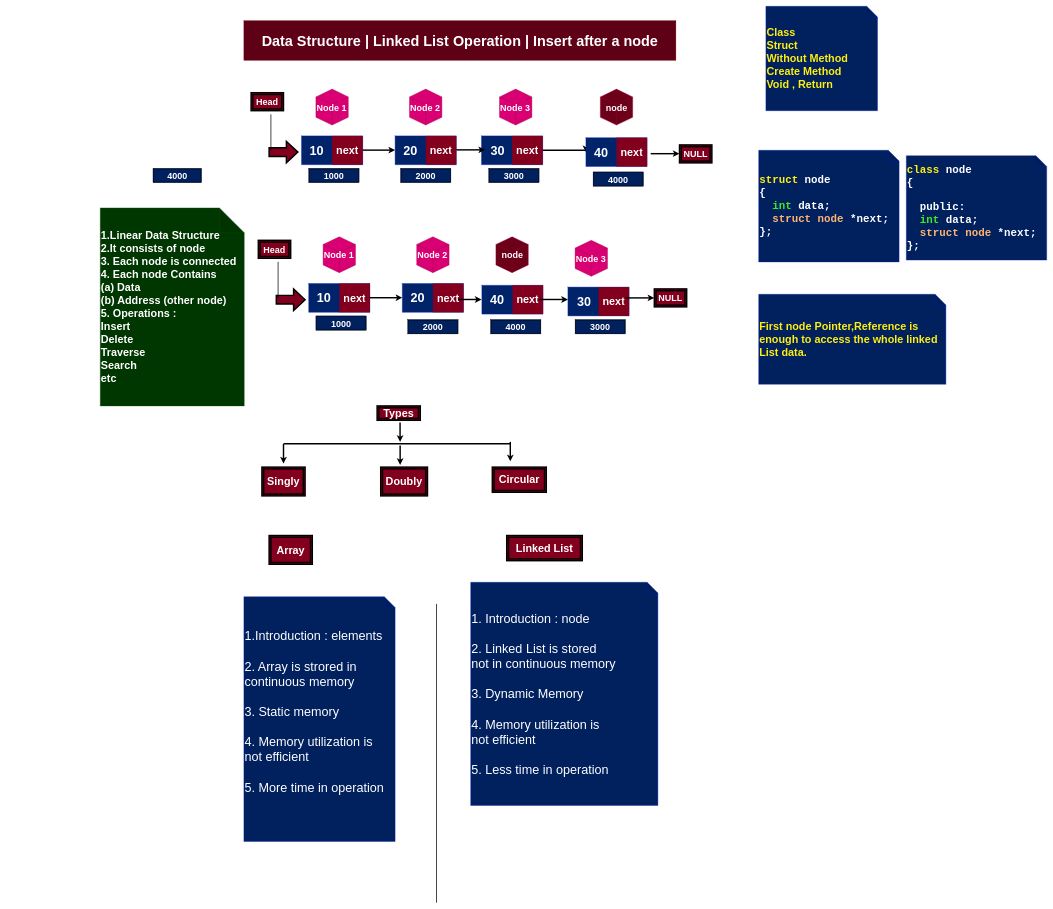
Earlier version of the draw.io diagram Data Structure/Notes/28. Linked List Insert after a node.drawio (sanjeetCoder/notes). Source tidied: cells renumbered, new cells numbered last; positions are measured from the earlier drawing's top-left corner, leaving out a move shared by most shapes. Both pictures are drawn from the tidied source at 36%, with x=0, y=0 at pixel (100, 6).
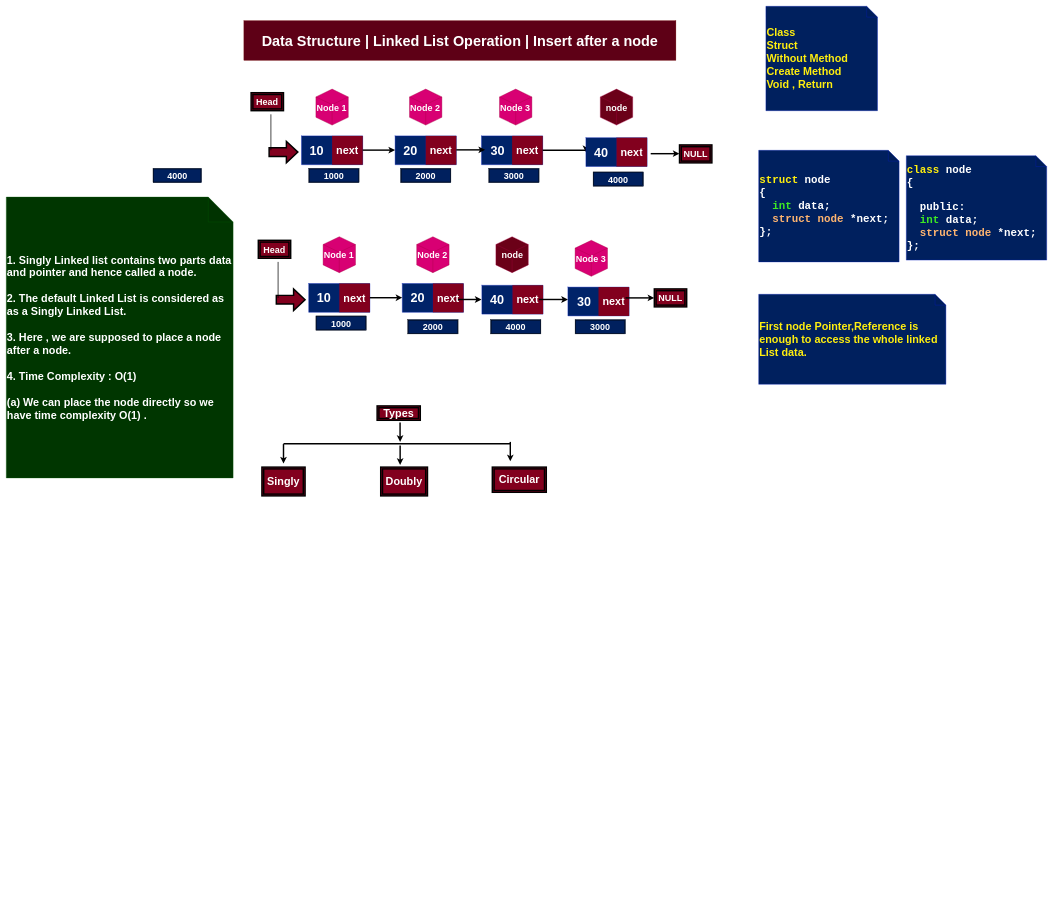
The same page after the edit.

Commit message (it also covers changes not shown here):
Adding time complexity in linked list

The edit, as a diff of the source:
```diff
@@
-    <mxCell id="3" value="&lt;font style=&quot;font-size: 30px&quot;&gt;&lt;b&gt;1.Linear Data Structure&amp;nbsp;&lt;br&gt;2.It consists of node&lt;br&gt;3. Each node is connected&lt;br&gt;4. Each node Contains&lt;br&gt;(a) Data&amp;nbsp;&lt;br&gt;(b) Address (other node)&lt;br&gt;5. Operations :&lt;br&gt;Insert&lt;br&gt;Delete&lt;br&gt;Traverse&lt;br&gt;Search&lt;br&gt;etc&lt;br&gt;&lt;/b&gt;&lt;/font&gt;" style="shape=note;whiteSpace=wrap;html=1;backgroundOutline=1;darkOpacity=0.05;fillColor=#003600;size=69;strokeColor=#005700;fontColor=#ffffff;align=left;" parent="1" vertex="1">
-      <mxGeometry y="560" width="400" height="550" as="geometry" />
+    <mxCell id="3" value="&lt;font style=&quot;font-size: 30px&quot;&gt;&lt;b&gt;1. Singly Linked list contains two parts data and pointer and hence called a node.&lt;br&gt;&lt;br&gt;2. The default Linked List is considered as as a Singly Linked List.&lt;br&gt;&lt;br&gt;3. Here , we are supposed to place a node after a node.&lt;br&gt;&lt;/b&gt;&lt;b&gt;&lt;br&gt;4. Time Complexity : O(1)&lt;br&gt;&lt;br&gt;(a) We can place the node directly so we have time complexity O(1)&amp;nbsp;&lt;/b&gt;&lt;b&gt;.&lt;/b&gt;&lt;b&gt;&lt;br&gt;&lt;/b&gt;&lt;/font&gt;" style="shape=note;whiteSpace=wrap;html=1;backgroundOutline=1;darkOpacity=0.05;fillColor=#003600;size=69;strokeColor=#005700;fontColor=#ffffff;align=left;" parent="1" vertex="1">
+      <mxGeometry x="-261" y="530" width="630" height="780" as="geometry" />
     </mxCell>
@@
-    <mxCell id="30" value="&lt;font style=&quot;font-size: 35px&quot;&gt;1.Introduction : elements&lt;br&gt;&lt;br&gt;2. Array is strored in continuous memory&lt;br&gt;&lt;br&gt;3. Static memory&lt;br&gt;&lt;br&gt;4. Memory utilization is&lt;br&gt;not efficient&lt;br&gt;&lt;br&gt;5. More time in operation&lt;br&gt;&lt;br&gt;&lt;/font&gt;" style="shape=note;whiteSpace=wrap;html=1;backgroundOutline=1;darkOpacity=0.05;align=left;fillColor=#00205E;strokeColor=#001DBC;fontColor=#ffffff;" parent="1" vertex="1">
-      <mxGeometry x="399" y="1640" width="420" height="680" as="geometry" />
-    </mxCell>
-    <mxCell id="31" value="&lt;span style=&quot;font-size: 35px&quot;&gt;&lt;br&gt;&lt;br&gt;1. Introduction : node&lt;br&gt;&lt;br&gt;2. Linked List is stored&amp;nbsp;&lt;br&gt;not in continuous memory&lt;br&gt;&lt;br&gt;3. Dynamic Memory&lt;br&gt;&lt;br&gt;&lt;/span&gt;&lt;span style=&quot;font-size: 35px&quot;&gt;4. Memory utilization is&lt;/span&gt;&lt;br style=&quot;font-size: 35px&quot;&gt;&lt;span style=&quot;font-size: 35px&quot;&gt;not efficient&lt;/span&gt;&lt;span style=&quot;font-size: 35px&quot;&gt;&amp;nbsp;&lt;br&gt;&lt;br&gt;&lt;/span&gt;&lt;span style=&quot;font-size: 35px&quot;&gt;5. Less time in operation&lt;/span&gt;&lt;br style=&quot;font-size: 35px&quot;&gt;&lt;span style=&quot;font-size: 35px&quot;&gt;&lt;br&gt;&lt;br&gt;&lt;/span&gt;" style="shape=note;whiteSpace=wrap;html=1;backgroundOutline=1;darkOpacity=0.05;fillColor=#00205E;strokeColor=#001DBC;fontColor=#ffffff;align=left;" parent="1" vertex="1">
-      <mxGeometry x="1029" y="1600" width="520" height="620" as="geometry" />
-    </mxCell>
-    <mxCell id="32" style="line;strokeWidth=2;direction=south;html=1;align=left;" parent="1" vertex="1">
-      <mxGeometry x="929" y="1660" width="10" height="830" as="geometry" />
-    </mxCell>
@@
-    <mxCell id="37" value="&lt;font style=&quot;font-size: 30px&quot; color=&quot;#ffffff&quot;&gt;&lt;b&gt;Array&lt;/b&gt;&lt;/font&gt;" style="shape=ext;double=1;rounded=0;whiteSpace=wrap;html=1;strokeWidth=4;fillColor=#82001E;" parent="1" vertex="1">
-      <mxGeometry x="469" y="1470" width="120" height="80" as="geometry" />
-    </mxCell>
-    <mxCell id="38" value="&lt;font style=&quot;font-size: 30px&quot; color=&quot;#ffffff&quot;&gt;&lt;b&gt;Linked List&lt;/b&gt;&lt;/font&gt;" style="shape=ext;double=1;rounded=0;whiteSpace=wrap;html=1;strokeWidth=4;fillColor=#82001E;" parent="1" vertex="1">
-      <mxGeometry x="1129" y="1470" width="210" height="70" as="geometry" />
-    </mxCell>
```
